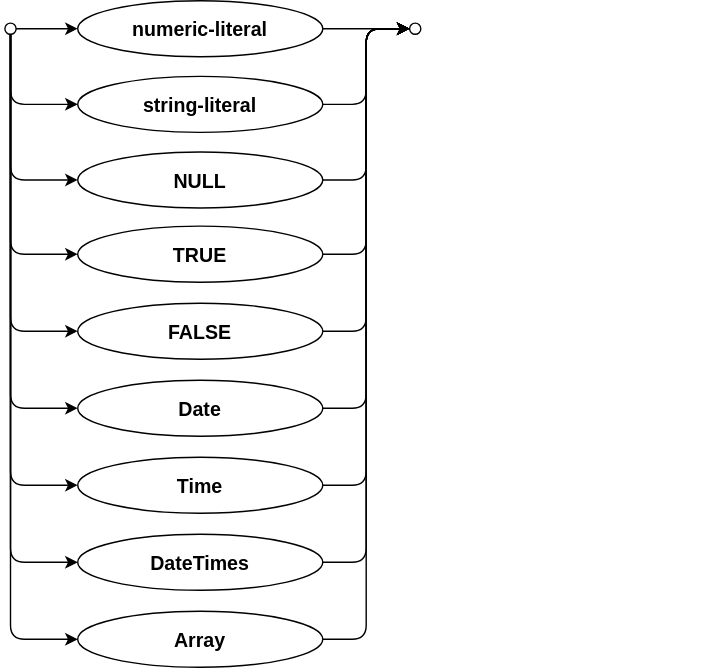
Above: assets/cxl/literal-value.drawio.svg in capire/docs (draw.io), before the change. Source tidied: cells renumbered, new cells last; positions are measured from the earlier drawing's top-left corner, leaving out a move shared by most shapes.
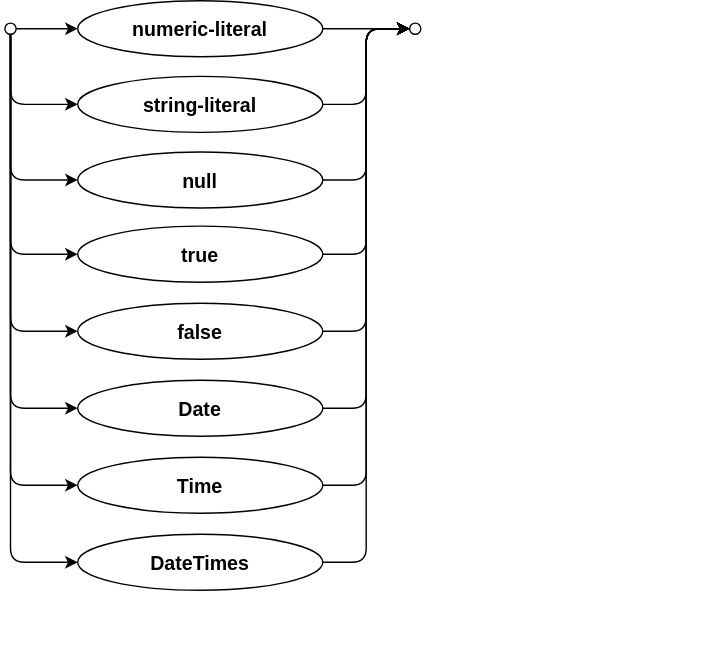
After the change.

Commit message:
lower case null, true, false

The edit, as a diff of the source:
```diff
@@ -3,7 +3,7 @@
     <mxCell id="0" />
     <mxCell id="1" parent="0" />
     <mxCell id="2" value="Best viewed with the &lt;a href=&quot;https://github.com/ariel-bentu/tam-drawio&quot;&gt;TAM plugin&lt;/a&gt;" style="text;html=1;shape=tamPluginMissing;" parent="1" vertex="1">
-      <mxGeometry x="303" y="33" width="200" height="25" as="geometry" />
+      <mxGeometry x="303" y="451" width="200" height="25" as="geometry" />
     </mxCell>
     <mxCell id="3" style="edgeStyle=none;strokeWidth=1;fontSize=14;verticalAlign=middle;fontStyle=1;textDirection=ltr;entryX=0;entryY=0.5;entryDx=0;entryDy=0;" parent="1" edge="1" source="4" target="11">
       <mxGeometry relative="1" as="geometry" />
@@ -24,7 +24,7 @@
     <mxCell id="7" value="string-literal" style="ellipse;align=center;newEdgeStyle={&quot;edgeStyle&quot;:&quot;entityRelationEdgeStyle&quot;,&quot;startArrow&quot;:&quot;none&quot;,&quot;endArrow&quot;:&quot;none&quot;,&quot;segment&quot;:10,&quot;curved&quot;:1,&quot;sourcePerimeterSpacing&quot;:0,&quot;targetPerimeterSpacing&quot;:0};strokeWidth=1;fontSize=14;verticalAlign=middle;fontStyle=1;textDirection=ltr;" parent="1" vertex="1">
       <mxGeometry x="52" y="54" width="175" height="40" as="geometry" />
     </mxCell>
-    <mxCell id="8" value="NULL" style="ellipse;align=center;newEdgeStyle={&quot;edgeStyle&quot;:&quot;entityRelationEdgeStyle&quot;,&quot;startArrow&quot;:&quot;none&quot;,&quot;endArrow&quot;:&quot;none&quot;,&quot;segment&quot;:10,&quot;curved&quot;:1,&quot;sourcePerimeterSpacing&quot;:0,&quot;targetPerimeterSpacing&quot;:0};strokeWidth=1;fontSize=14;verticalAlign=middle;fontStyle=1;textDirection=ltr;" parent="1" vertex="1">
+    <mxCell id="8" value="null" style="ellipse;align=center;newEdgeStyle={&quot;edgeStyle&quot;:&quot;entityRelationEdgeStyle&quot;,&quot;startArrow&quot;:&quot;none&quot;,&quot;endArrow&quot;:&quot;none&quot;,&quot;segment&quot;:10,&quot;curved&quot;:1,&quot;sourcePerimeterSpacing&quot;:0,&quot;targetPerimeterSpacing&quot;:0};strokeWidth=1;fontSize=14;verticalAlign=middle;fontStyle=1;textDirection=ltr;" parent="1" vertex="1">
       <mxGeometry x="52" y="108" width="175" height="40" as="geometry" />
     </mxCell>
     <mxCell id="9" style="edgeStyle=orthogonalEdgeStyle;rounded=1;jettySize=auto;exitX=0.5;exitY=1;exitDx=0;exitDy=0;entryX=0;entryY=0.5;entryDx=0;entryDy=0;startArrow=none;startFill=0;endArrow=classic;endFill=1;startSize=6;endSize=6;align=center;fontSize=14;labelBackgroundColor=none;strokeWidth=1;verticalAlign=middle;fontStyle=1;textDirection=ltr;" parent="1" edge="1" source="4" target="8">
@@ -42,10 +42,10 @@
     <mxCell id="13" style="edgeStyle=orthogonalEdgeStyle;rounded=1;jettySize=auto;exitX=1;exitY=0.5;exitDx=0;exitDy=0;entryX=0;entryY=0.5;entryDx=0;entryDy=0;startArrow=none;startFill=0;endArrow=classic;endFill=1;startSize=6;endSize=6;align=center;fontSize=14;labelBackgroundColor=none;fontStyle=1;" parent="1" edge="1" source="7" target="6">
       <mxGeometry relative="1" as="geometry" />
     </mxCell>
-    <mxCell id="14" value="TRUE" style="ellipse;align=center;newEdgeStyle={&quot;edgeStyle&quot;:&quot;entityRelationEdgeStyle&quot;,&quot;startArrow&quot;:&quot;none&quot;,&quot;endArrow&quot;:&quot;none&quot;,&quot;segment&quot;:10,&quot;curved&quot;:1,&quot;sourcePerimeterSpacing&quot;:0,&quot;targetPerimeterSpacing&quot;:0};strokeWidth=1;fontSize=14;verticalAlign=middle;fontStyle=1;textDirection=ltr;" parent="1" vertex="1">
+    <mxCell id="14" value="true" style="ellipse;align=center;newEdgeStyle={&quot;edgeStyle&quot;:&quot;entityRelationEdgeStyle&quot;,&quot;startArrow&quot;:&quot;none&quot;,&quot;endArrow&quot;:&quot;none&quot;,&quot;segment&quot;:10,&quot;curved&quot;:1,&quot;sourcePerimeterSpacing&quot;:0,&quot;targetPerimeterSpacing&quot;:0};strokeWidth=1;fontSize=14;verticalAlign=middle;fontStyle=1;textDirection=ltr;" parent="1" vertex="1">
       <mxGeometry x="52" y="161" width="175" height="40" as="geometry" />
     </mxCell>
-    <mxCell id="15" value="FALSE" style="ellipse;align=center;newEdgeStyle={&quot;edgeStyle&quot;:&quot;entityRelationEdgeStyle&quot;,&quot;startArrow&quot;:&quot;none&quot;,&quot;endArrow&quot;:&quot;none&quot;,&quot;segment&quot;:10,&quot;curved&quot;:1,&quot;sourcePerimeterSpacing&quot;:0,&quot;targetPerimeterSpacing&quot;:0};strokeWidth=1;fontSize=14;verticalAlign=middle;fontStyle=1;textDirection=ltr;" parent="1" vertex="1">
+    <mxCell id="15" value="false" style="ellipse;align=center;newEdgeStyle={&quot;edgeStyle&quot;:&quot;entityRelationEdgeStyle&quot;,&quot;startArrow&quot;:&quot;none&quot;,&quot;endArrow&quot;:&quot;none&quot;,&quot;segment&quot;:10,&quot;curved&quot;:1,&quot;sourcePerimeterSpacing&quot;:0,&quot;targetPerimeterSpacing&quot;:0};strokeWidth=1;fontSize=14;verticalAlign=middle;fontStyle=1;textDirection=ltr;" parent="1" vertex="1">
       <mxGeometry x="52" y="216" width="175" height="40" as="geometry" />
     </mxCell>
     <mxCell id="16" style="edgeStyle=orthogonalEdgeStyle;rounded=1;jettySize=auto;exitX=0.5;exitY=1;exitDx=0;exitDy=0;entryX=0;entryY=0.5;entryDx=0;entryDy=0;startArrow=none;startFill=0;endArrow=classic;endFill=1;startSize=6;endSize=6;align=center;fontSize=12;labelBackgroundColor=none;" parent="1" edge="1" source="4" target="14">
@@ -69,9 +69,6 @@
     <mxCell id="22" value="DateTimes" style="ellipse;align=center;newEdgeStyle={&quot;edgeStyle&quot;:&quot;entityRelationEdgeStyle&quot;,&quot;startArrow&quot;:&quot;none&quot;,&quot;endArrow&quot;:&quot;none&quot;,&quot;segment&quot;:10,&quot;curved&quot;:1,&quot;sourcePerimeterSpacing&quot;:0,&quot;targetPerimeterSpacing&quot;:0};strokeWidth=1;fontSize=14;verticalAlign=middle;fontStyle=1;textDirection=ltr;" parent="1" vertex="1">
       <mxGeometry x="52" y="381" width="175" height="40" as="geometry" />
     </mxCell>
-    <mxCell id="23" value="Array" style="ellipse;align=center;newEdgeStyle={&quot;edgeStyle&quot;:&quot;entityRelationEdgeStyle&quot;,&quot;startArrow&quot;:&quot;none&quot;,&quot;endArrow&quot;:&quot;none&quot;,&quot;segment&quot;:10,&quot;curved&quot;:1,&quot;sourcePerimeterSpacing&quot;:0,&quot;targetPerimeterSpacing&quot;:0};strokeWidth=1;fontSize=14;verticalAlign=middle;fontStyle=1;textDirection=ltr;" parent="1" vertex="1">
-      <mxGeometry x="52" y="436" width="175" height="40" as="geometry" />
-    </mxCell>
     <mxCell id="24" style="edgeStyle=orthogonalEdgeStyle;rounded=1;jettySize=auto;html=1;exitX=0.5;exitY=1;exitDx=0;exitDy=0;entryX=0;entryY=0.5;entryDx=0;entryDy=0;startArrow=none;startFill=0;endArrow=classic;endFill=1;startSize=6;endSize=6;align=center;fontSize=12;labelBackgroundColor=none;" parent="1" edge="1" source="4" target="20">
       <mxGeometry relative="1" as="geometry" />
     </mxCell>
@@ -81,9 +78,6 @@
     <mxCell id="26" style="edgeStyle=orthogonalEdgeStyle;rounded=1;jettySize=auto;html=1;exitX=0.5;exitY=1;exitDx=0;exitDy=0;entryX=0;entryY=0.5;entryDx=0;entryDy=0;startArrow=none;startFill=0;endArrow=classic;endFill=1;startSize=6;endSize=6;align=center;fontSize=12;labelBackgroundColor=none;" parent="1" edge="1" source="4" target="22">
       <mxGeometry relative="1" as="geometry" />
     </mxCell>
-    <mxCell id="27" style="edgeStyle=orthogonalEdgeStyle;rounded=1;jettySize=auto;html=1;exitX=0.5;exitY=1;exitDx=0;exitDy=0;entryX=0;entryY=0.5;entryDx=0;entryDy=0;startArrow=none;startFill=0;endArrow=classic;endFill=1;startSize=6;endSize=6;align=center;fontSize=12;labelBackgroundColor=none;" parent="1" edge="1" source="4" target="23">
-      <mxGeometry relative="1" as="geometry" />
-    </mxCell>
     <mxCell id="28" style="edgeStyle=orthogonalEdgeStyle;rounded=1;jettySize=auto;html=1;exitX=1;exitY=0.5;exitDx=0;exitDy=0;entryX=0;entryY=0.5;entryDx=0;entryDy=0;startArrow=none;startFill=0;endArrow=classic;endFill=1;startSize=6;endSize=6;align=center;fontSize=12;labelBackgroundColor=none;" parent="1" edge="1" source="20" target="6">
       <mxGeometry relative="1" as="geometry" />
     </mxCell>
@@ -93,8 +87,5 @@
     <mxCell id="30" style="edgeStyle=orthogonalEdgeStyle;rounded=1;jettySize=auto;html=1;exitX=1;exitY=0.5;exitDx=0;exitDy=0;entryX=0;entryY=0.5;entryDx=0;entryDy=0;startArrow=none;startFill=0;endArrow=classic;endFill=1;startSize=6;endSize=6;align=center;fontSize=12;labelBackgroundColor=none;" parent="1" edge="1" source="22" target="6">
       <mxGeometry relative="1" as="geometry" />
     </mxCell>
-    <mxCell id="31" style="edgeStyle=orthogonalEdgeStyle;rounded=1;jettySize=auto;html=1;exitX=1;exitY=0.5;exitDx=0;exitDy=0;entryX=0;entryY=0.5;entryDx=0;entryDy=0;startArrow=none;startFill=0;endArrow=classic;endFill=1;startSize=6;endSize=6;align=center;fontSize=12;labelBackgroundColor=none;" parent="1" edge="1" source="23" target="6">
-      <mxGeometry relative="1" as="geometry" />
-    </mxCell>
   </root>
 </mxGraphModel>
```
